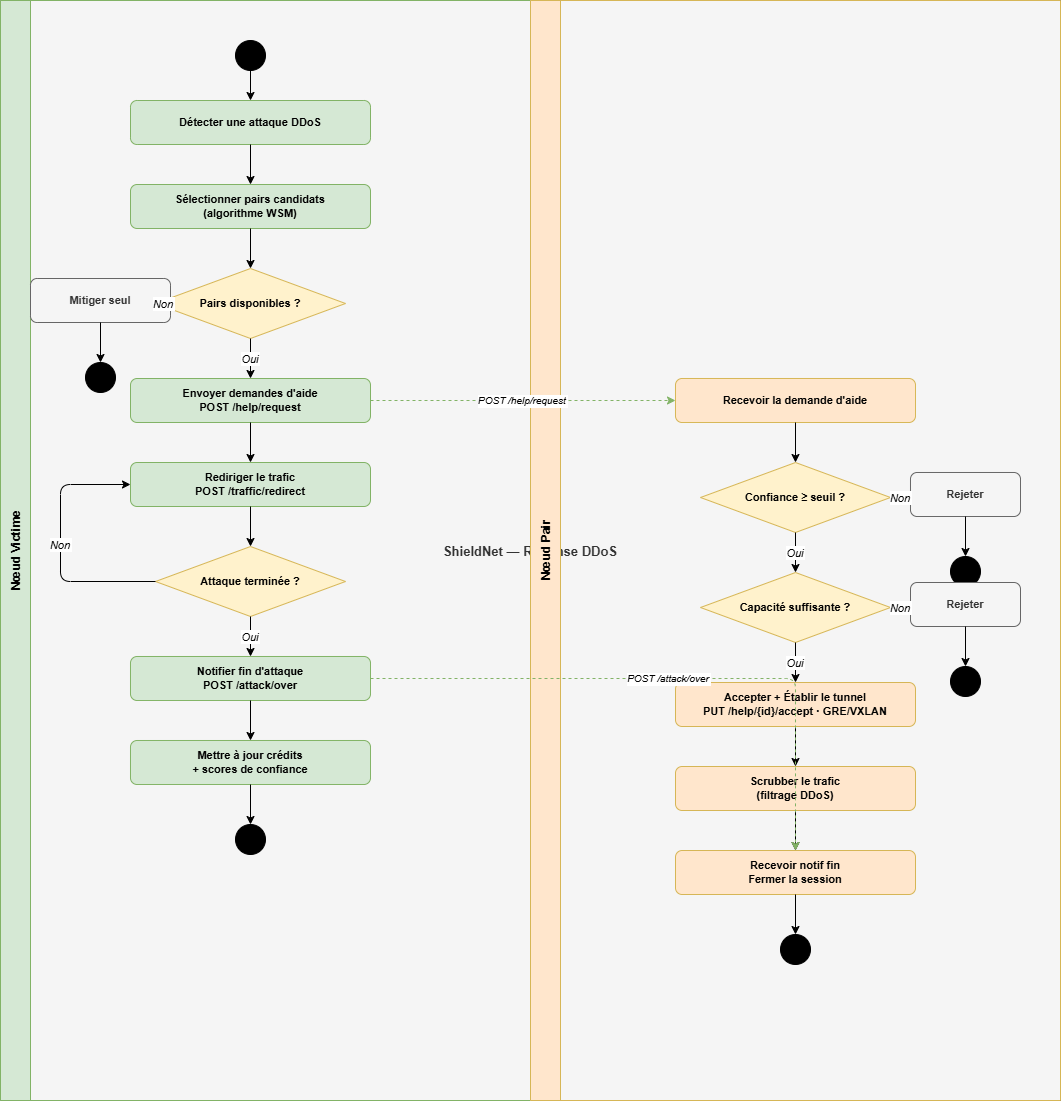
The draw.io diagram memoire/figures/activity_diagram.png in RaniaSbr/PFE, before a commit. Source tidied: cells renumbered, new cells last; positions are measured from the earlier drawing's top-left corner, leaving out a move shared by most shapes.
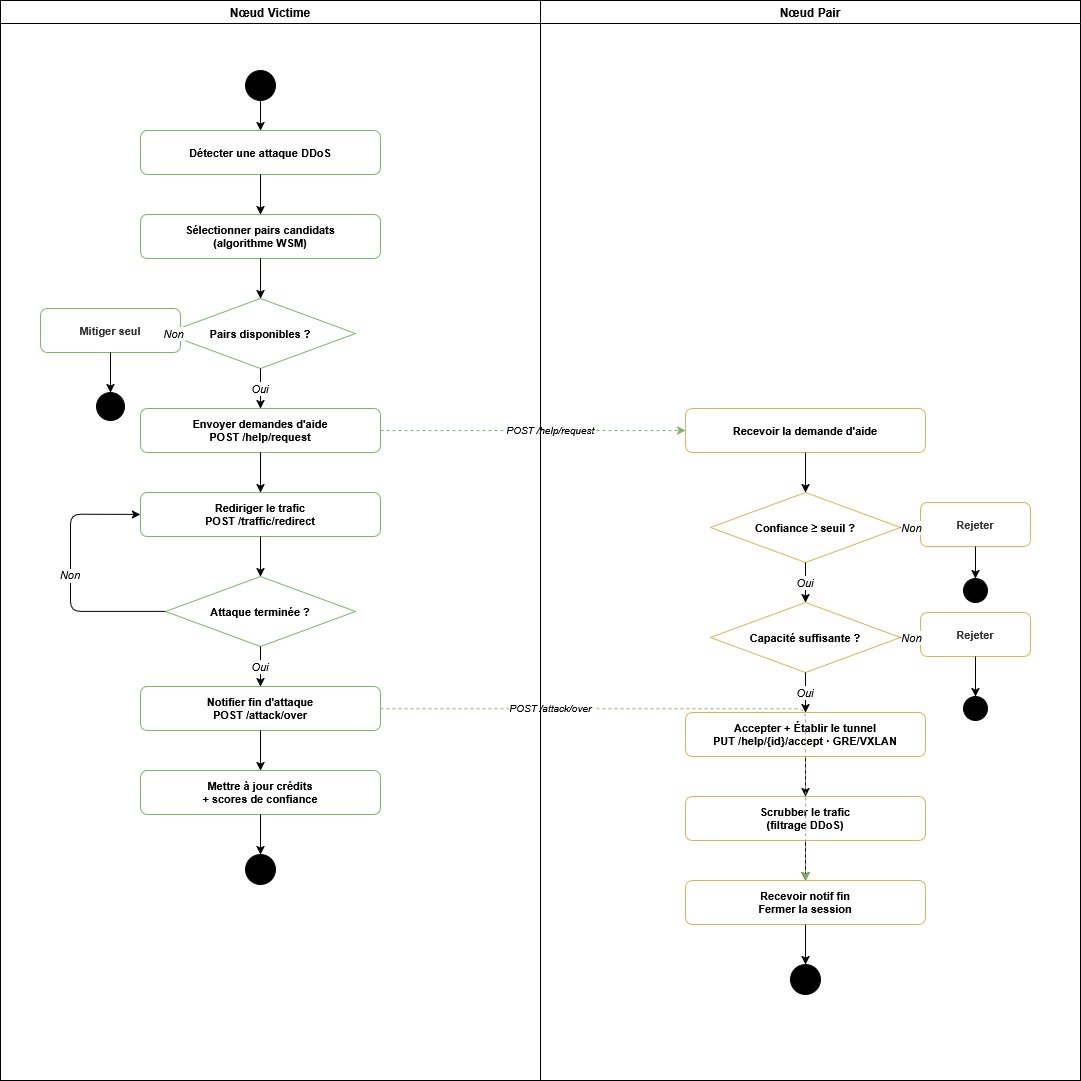
Above is the later version.

Change to the diagram source:
```diff
@@ -2,43 +2,46 @@
   <root>
     <mxCell id="0" />
     <mxCell id="1" parent="0" />
+    <mxCell id="52" style="group;" parent="1" vertex="1">
+      <mxGeometry x="-1140" y="50" width="1080" height="1080" as="geometry" />
+    </mxCell>
+    <mxCell id="53" value="Nœud Pair" style="swimlane;whiteSpace=wrap;html=1;" parent="52" vertex="1">
+      <mxGeometry x="540" width="540" height="1080" as="geometry" />
+    </mxCell>
-    <mxCell id="2" value="ShieldNet — Réponse DDoS" style="shape=pool;startSize=30;horizontal=1;fillColor=#f5f5f5;strokeColor=#666666;fontColor=#333333;fontStyle=1;fontSize=13;" parent="1" vertex="1">
-      <mxGeometry width="1060" height="1100" as="geometry" />
+    <mxCell id="2" value=" " style="shape=pool;startSize=30;horizontal=1;fillColor=none;strokeColor=none;fontColor=#333333;fontStyle=1;fontSize=13;" parent="53" vertex="1">
+      <mxGeometry x="-530" y="30" width="1060" height="1050" as="geometry" />
     </mxCell>
-    <mxCell id="3" value="Nœud Victime" style="swimlane;startSize=30;horizontal=0;fillColor=#d5e8d4;strokeColor=#82b366;fontStyle=1;fontSize=12;" parent="2" vertex="1">
-      <mxGeometry width="530" height="1100" as="geometry" />
+    <mxCell id="3" style="swimlane;startSize=30;horizontal=0;fillColor=none;strokeColor=none;fontStyle=1;fontSize=12;" parent="2" vertex="1">
+      <mxGeometry width="530" height="1050" as="geometry" />
     </mxCell>
     <mxCell id="4" style="ellipse;fillColor=#000000;strokeColor=#000000;" parent="3" vertex="1">
       <mxGeometry x="235" y="40" width="30" height="30" as="geometry" />
     </mxCell>
-    <mxCell id="5" value="Détecter une attaque DDoS" style="rounded=1;whiteSpace=wrap;fillColor=#d5e8d4;strokeColor=#82b366;fontStyle=1;fontSize=11;" parent="3" vertex="1">
+    <mxCell id="5" value="Détecter une attaque DDoS" style="rounded=1;whiteSpace=wrap;fillColor=none;strokeColor=light-dark(#82B366,#1A1A1A);fontStyle=1;fontSize=11;" parent="3" vertex="1">
       <mxGeometry x="130" y="100" width="240" height="44" as="geometry" />
     </mxCell>
-    <mxCell id="6" value="Sélectionner pairs candidats&#10;(algorithme WSM)" style="rounded=1;whiteSpace=wrap;fillColor=#d5e8d4;strokeColor=#82b366;fontStyle=1;fontSize=11;" parent="3" vertex="1">
+    <mxCell id="6" value="Sélectionner pairs candidats&#10;(algorithme WSM)" style="rounded=1;whiteSpace=wrap;fillColor=none;strokeColor=light-dark(#82B366,#1A1A1A);fontStyle=1;fontSize=11;" parent="3" vertex="1">
       <mxGeometry x="130" y="184" width="240" height="44" as="geometry" />
     </mxCell>
-    <mxCell id="7" value="Pairs disponibles ?" style="rhombus;whiteSpace=wrap;fillColor=#fff2cc;strokeColor=#d6b656;fontStyle=1;fontSize=11;" parent="3" vertex="1">
+    <mxCell id="7" value="Pairs disponibles ?" style="rhombus;whiteSpace=wrap;fillColor=none;strokeColor=light-dark(#82B366,#1A1A1A);fontStyle=1;fontSize=11;" parent="3" vertex="1">
       <mxGeometry x="155" y="268" width="190" height="70" as="geometry" />
     </mxCell>
-    <mxCell id="8" value="Mitiger seul" style="rounded=1;whiteSpace=wrap;fillColor=#f5f5f5;strokeColor=#666666;fontStyle=1;fontSize=11;fontColor=#333333;" parent="3" vertex="1">
+    <mxCell id="8" value="Mitiger seul" style="rounded=1;whiteSpace=wrap;fillColor=none;strokeColor=light-dark(#82B366,#1A1A1A);fontStyle=1;fontSize=11;fontColor=#333333;" parent="3" vertex="1">
       <mxGeometry x="30" y="278" width="140" height="44" as="geometry" />
     </mxCell>
-    <mxCell id="9" style="ellipse;fillColor=#000000;strokeColor=#000000;double=1;" parent="3" vertex="1">
-      <mxGeometry x="85" y="362" width="30" height="30" as="geometry" />
-    </mxCell>
-    <mxCell id="10" value="Envoyer demandes d'aide&#10;POST /help/request" style="rounded=1;whiteSpace=wrap;fillColor=#d5e8d4;strokeColor=#82b366;fontStyle=1;fontSize=11;" parent="3" vertex="1">
+    <mxCell id="10" value="Envoyer demandes d'aide&#10;POST /help/request" style="rounded=1;whiteSpace=wrap;fillColor=none;strokeColor=light-dark(#82B366,#1A1A1A);fontStyle=1;fontSize=11;" parent="3" vertex="1">
       <mxGeometry x="130" y="378" width="240" height="44" as="geometry" />
     </mxCell>
-    <mxCell id="11" value="Rediriger le trafic&#10;POST /traffic/redirect" style="rounded=1;whiteSpace=wrap;fillColor=#d5e8d4;strokeColor=#82b366;fontStyle=1;fontSize=11;" parent="3" vertex="1">
+    <mxCell id="11" value="Rediriger le trafic&#10;POST /traffic/redirect" style="rounded=1;whiteSpace=wrap;fillColor=none;strokeColor=light-dark(#82B366,#1A1A1A);fontStyle=1;fontSize=11;" parent="3" vertex="1">
       <mxGeometry x="130" y="462" width="240" height="44" as="geometry" />
     </mxCell>
-    <mxCell id="12" value="Attaque terminée ?" style="rhombus;whiteSpace=wrap;fillColor=#fff2cc;strokeColor=#d6b656;fontStyle=1;fontSize=11;" parent="3" vertex="1">
+    <mxCell id="12" value="Attaque terminée ?" style="rhombus;whiteSpace=wrap;fillColor=none;strokeColor=light-dark(#82B366,#1A1A1A);fontStyle=1;fontSize=11;" parent="3" vertex="1">
       <mxGeometry x="155" y="546" width="190" height="70" as="geometry" />
     </mxCell>
-    <mxCell id="13" value="Notifier fin d'attaque&#10;POST /attack/over" style="rounded=1;whiteSpace=wrap;fillColor=#d5e8d4;strokeColor=#82b366;fontStyle=1;fontSize=11;" parent="3" vertex="1">
+    <mxCell id="13" value="Notifier fin d'attaque&#10;POST /attack/over" style="rounded=1;whiteSpace=wrap;fillColor=none;strokeColor=light-dark(#82B366,#1A1A1A);fontStyle=1;fontSize=11;" parent="3" vertex="1">
       <mxGeometry x="130" y="656" width="240" height="44" as="geometry" />
     </mxCell>
-    <mxCell id="14" value="Mettre à jour crédits&#10;+ scores de confiance" style="rounded=1;whiteSpace=wrap;fillColor=#d5e8d4;strokeColor=#82b366;fontStyle=1;fontSize=11;" parent="3" vertex="1">
+    <mxCell id="14" value="Mettre à jour crédits&#10;+ scores de confiance" style="rounded=1;whiteSpace=wrap;fillColor=none;strokeColor=light-dark(#82B366,#1A1A1A);fontStyle=1;fontSize=11;" parent="3" vertex="1">
       <mxGeometry x="130" y="740" width="240" height="44" as="geometry" />
     </mxCell>
     <mxCell id="15" style="ellipse;fillColor=#000000;strokeColor=#000000;double=1;" parent="3" vertex="1">
@@ -60,9 +63,6 @@
         </Array>
       </mxGeometry>
     </mxCell>
-    <mxCell id="20" style="edgeStyle=orthogonalEdgeStyle;" parent="3" edge="1" source="8" target="9">
-      <mxGeometry relative="1" as="geometry" />
-    </mxCell>
     <mxCell id="21" value="Oui" style="edgeStyle=orthogonalEdgeStyle;fontSize=11;fontStyle=2;" parent="3" edge="1" source="7" target="10">
       <mxGeometry relative="1" as="geometry">
         <Array as="points">
@@ -97,37 +97,37 @@
     <mxCell id="27" style="edgeStyle=orthogonalEdgeStyle;" parent="3" edge="1" source="14" target="15">
       <mxGeometry relative="1" as="geometry" />
     </mxCell>
-    <mxCell id="28" value="Nœud Pair" style="swimlane;startSize=30;horizontal=0;fillColor=#ffe6cc;strokeColor=#d6b656;fontStyle=1;fontSize=12;" parent="2" vertex="1">
-      <mxGeometry x="530" width="530" height="1100" as="geometry" />
+    <mxCell id="28" style="swimlane;startSize=30;horizontal=0;fillColor=none;strokeColor=none;fontStyle=1;fontSize=12;" parent="2" vertex="1">
+      <mxGeometry x="530" width="530" height="1050" as="geometry" />
     </mxCell>
-    <mxCell id="29" value="Recevoir la demande d'aide" style="rounded=1;whiteSpace=wrap;fillColor=#ffe6cc;strokeColor=#d6b656;fontStyle=1;fontSize=11;" parent="28" vertex="1">
+    <mxCell id="29" value="Recevoir la demande d'aide" style="rounded=1;whiteSpace=wrap;fillColor=none;strokeColor=light-dark(#D6B656,#1A1A1A);fontStyle=1;fontSize=11;" parent="28" vertex="1">
       <mxGeometry x="145" y="378" width="240" height="44" as="geometry" />
     </mxCell>
-    <mxCell id="30" value="Confiance ≥ seuil ?" style="rhombus;whiteSpace=wrap;fillColor=#fff2cc;strokeColor=#d6b656;fontStyle=1;fontSize=11;" parent="28" vertex="1">
+    <mxCell id="30" value="Confiance ≥ seuil ?" style="rhombus;whiteSpace=wrap;fillColor=none;strokeColor=light-dark(#D6B656,#1A1A1A);fontStyle=1;fontSize=11;" parent="28" vertex="1">
       <mxGeometry x="170" y="462" width="190" height="70" as="geometry" />
     </mxCell>
-    <mxCell id="31" value="Rejeter" style="rounded=1;whiteSpace=wrap;fillColor=#f5f5f5;strokeColor=#666666;fontStyle=1;fontSize=11;fontColor=#333333;" parent="28" vertex="1">
+    <mxCell id="31" value="Rejeter" style="rounded=1;whiteSpace=wrap;fillColor=none;strokeColor=light-dark(#D6B656,#1A1A1A);fontStyle=1;fontSize=11;fontColor=#333333;" parent="28" vertex="1">
       <mxGeometry x="380" y="472" width="110" height="44" as="geometry" />
     </mxCell>
     <mxCell id="32" style="ellipse;fillColor=#000000;strokeColor=#000000;double=1;" parent="28" vertex="1">
-      <mxGeometry x="420" y="556" width="30" height="30" as="geometry" />
+      <mxGeometry x="423" y="548" width="24" height="24" as="geometry" />
     </mxCell>
-    <mxCell id="33" value="Capacité suffisante ?" style="rhombus;whiteSpace=wrap;fillColor=#fff2cc;strokeColor=#d6b656;fontStyle=1;fontSize=11;" parent="28" vertex="1">
+    <mxCell id="33" value="Capacité suffisante ?" style="rhombus;whiteSpace=wrap;fillColor=none;strokeColor=light-dark(#D6B656,#1A1A1A);fontStyle=1;fontSize=11;" parent="28" vertex="1">
       <mxGeometry x="170" y="572" width="190" height="70" as="geometry" />
     </mxCell>
-    <mxCell id="34" value="Rejeter" style="rounded=1;whiteSpace=wrap;fillColor=#f5f5f5;strokeColor=#666666;fontStyle=1;fontSize=11;fontColor=#333333;" parent="28" vertex="1">
+    <mxCell id="34" value="Rejeter" style="rounded=1;whiteSpace=wrap;fillColor=none;strokeColor=light-dark(#D6B656,#1A1A1A);fontStyle=1;fontSize=11;fontColor=#333333;" parent="28" vertex="1">
       <mxGeometry x="380" y="582" width="110" height="44" as="geometry" />
     </mxCell>
     <mxCell id="35" style="ellipse;fillColor=#000000;strokeColor=#000000;double=1;" parent="28" vertex="1">
-      <mxGeometry x="420" y="666" width="30" height="30" as="geometry" />
+      <mxGeometry x="423" y="666" width="24" height="24" as="geometry" />
     </mxCell>
-    <mxCell id="36" value="Accepter + Établir le tunnel&#10;PUT /help/{id}/accept · GRE/VXLAN" style="rounded=1;whiteSpace=wrap;fillColor=#ffe6cc;strokeColor=#d6b656;fontStyle=1;fontSize=11;" parent="28" vertex="1">
+    <mxCell id="36" value="Accepter + Établir le tunnel&#10;PUT /help/{id}/accept · GRE/VXLAN" style="rounded=1;whiteSpace=wrap;fillColor=none;strokeColor=light-dark(#D6B656,#1A1A1A);fontStyle=1;fontSize=11;" parent="28" vertex="1">
       <mxGeometry x="145" y="682" width="240" height="44" as="geometry" />
     </mxCell>
-    <mxCell id="37" value="Scrubber le trafic&#10;(filtrage DDoS)" style="rounded=1;whiteSpace=wrap;fillColor=#ffe6cc;strokeColor=#d6b656;fontStyle=1;fontSize=11;" parent="28" vertex="1">
+    <mxCell id="37" value="Scrubber le trafic&#10;(filtrage DDoS)" style="rounded=1;whiteSpace=wrap;fillColor=none;strokeColor=light-dark(#D6B656,#1A1A1A);fontStyle=1;fontSize=11;" parent="28" vertex="1">
       <mxGeometry x="145" y="766" width="240" height="44" as="geometry" />
     </mxCell>
-    <mxCell id="38" value="Recevoir notif fin&#10;Fermer la session" style="rounded=1;whiteSpace=wrap;fillColor=#ffe6cc;strokeColor=#d6b656;fontStyle=1;fontSize=11;" parent="28" vertex="1">
+    <mxCell id="38" value="Recevoir notif fin&#10;Fermer la session" style="rounded=1;whiteSpace=wrap;fillColor=none;strokeColor=light-dark(#D6B656,#1A1A1A);fontStyle=1;fontSize=11;" parent="28" vertex="1">
       <mxGeometry x="145" y="850" width="240" height="44" as="geometry" />
     </mxCell>
     <mxCell id="39" style="ellipse;fillColor=#000000;strokeColor=#000000;double=1;" parent="28" vertex="1">
@@ -179,11 +179,24 @@
     <mxCell id="49" style="edgeStyle=orthogonalEdgeStyle;" parent="28" edge="1" source="38" target="39">
       <mxGeometry relative="1" as="geometry" />
     </mxCell>
-    <mxCell id="50" value="POST /help/request" style="edgeStyle=orthogonalEdgeStyle;fontSize=10;fontStyle=2;dashed=1;strokeColor=#82b366;" parent="2" edge="1" source="10" target="29">
-      <mxGeometry relative="1" as="geometry" />
+    <mxCell id="50" value="POST /help/request" style="edgeStyle=orthogonalEdgeStyle;fontSize=10;fontStyle=2;dashed=1;strokeColor=light-dark(#82B366,#1A1A1A);" parent="2" edge="1" source="10" target="29">
+      <mxGeometry x="0.11" relative="1" as="geometry">
+        <mxPoint x="-1" as="offset" />
+      </mxGeometry>
     </mxCell>
-    <mxCell id="51" value="POST /attack/over" style="edgeStyle=orthogonalEdgeStyle;fontSize=10;fontStyle=2;dashed=1;strokeColor=#82b366;" parent="2" edge="1" source="13" target="38">
-      <mxGeometry relative="1" as="geometry" />
+    <mxCell id="51" value="POST /attack/over" style="edgeStyle=orthogonalEdgeStyle;fontSize=10;fontStyle=2;dashed=1;strokeColor=light-dark(#82B366,#1A1A1A);" parent="2" edge="1" source="13" target="38">
+      <mxGeometry x="-0.43" relative="1" as="geometry">
+        <mxPoint x="-1" as="offset" />
+      </mxGeometry>
     </mxCell>
+    <mxCell id="54" value="Nœud Victime" style="swimlane;whiteSpace=wrap;html=1;" parent="52" vertex="1">
+      <mxGeometry width="540" height="1080" as="geometry" />
+    </mxCell>
+    <mxCell id="9" style="ellipse;fillColor=#000000;strokeColor=#000000;double=1;" parent="54" vertex="1">
+      <mxGeometry x="96" y="392" width="28" height="28" as="geometry" />
+    </mxCell>
+    <mxCell id="20" style="edgeStyle=orthogonalEdgeStyle;" parent="52" edge="1" source="8" target="9">
+      <mxGeometry relative="1" as="geometry" />
+    </mxCell>
   </root>
 </mxGraphModel>
```
